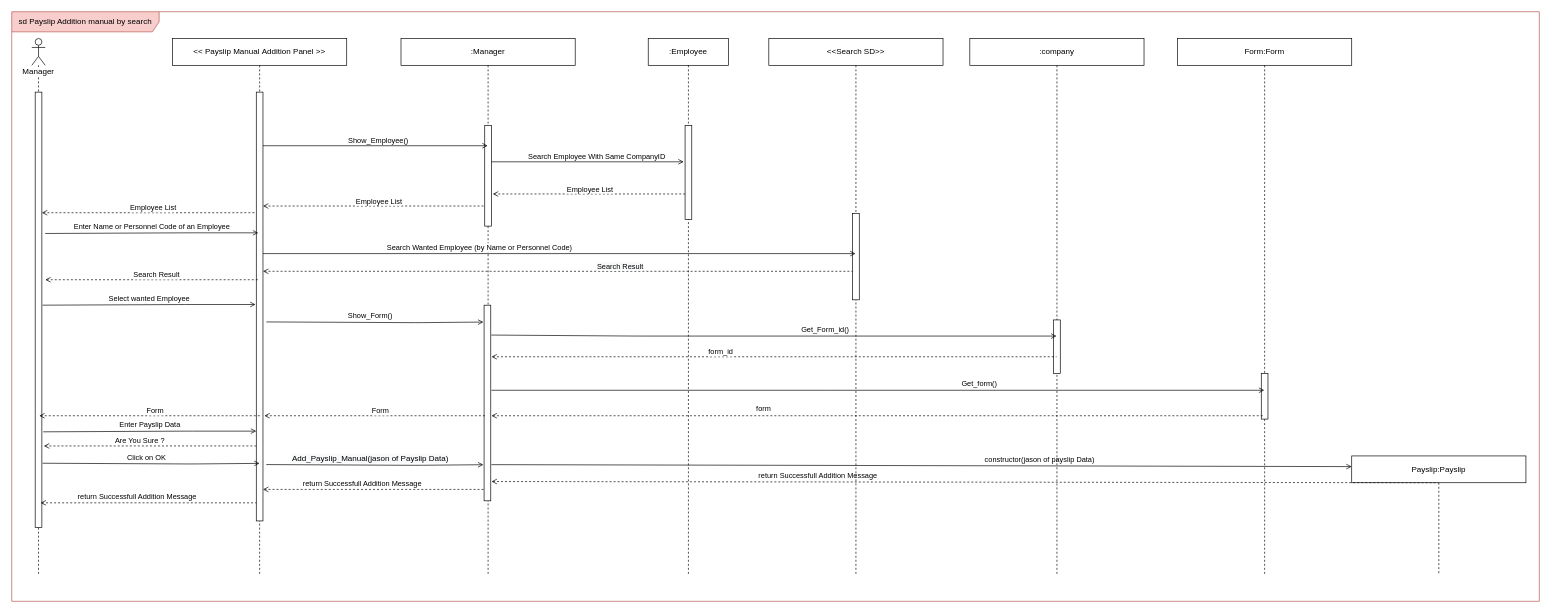
Earlier version of the draw.io diagram page "PayslipAddition_manual_bySearch-SD" (10 of 20) of SequenceDiagram/Middleware_CarBaMaSequenceDiagram.drawio (MelvinMo/CarBaMa_Automotive-Sale-Application). Source tidied: cells renumbered, new cells numbered last; positions are measured from the earlier drawing's top-left corner, leaving out a move shared by most shapes. Both pictures are drawn from the tidied source at 67%, with x=0, y=0 at pixel (11, 11).
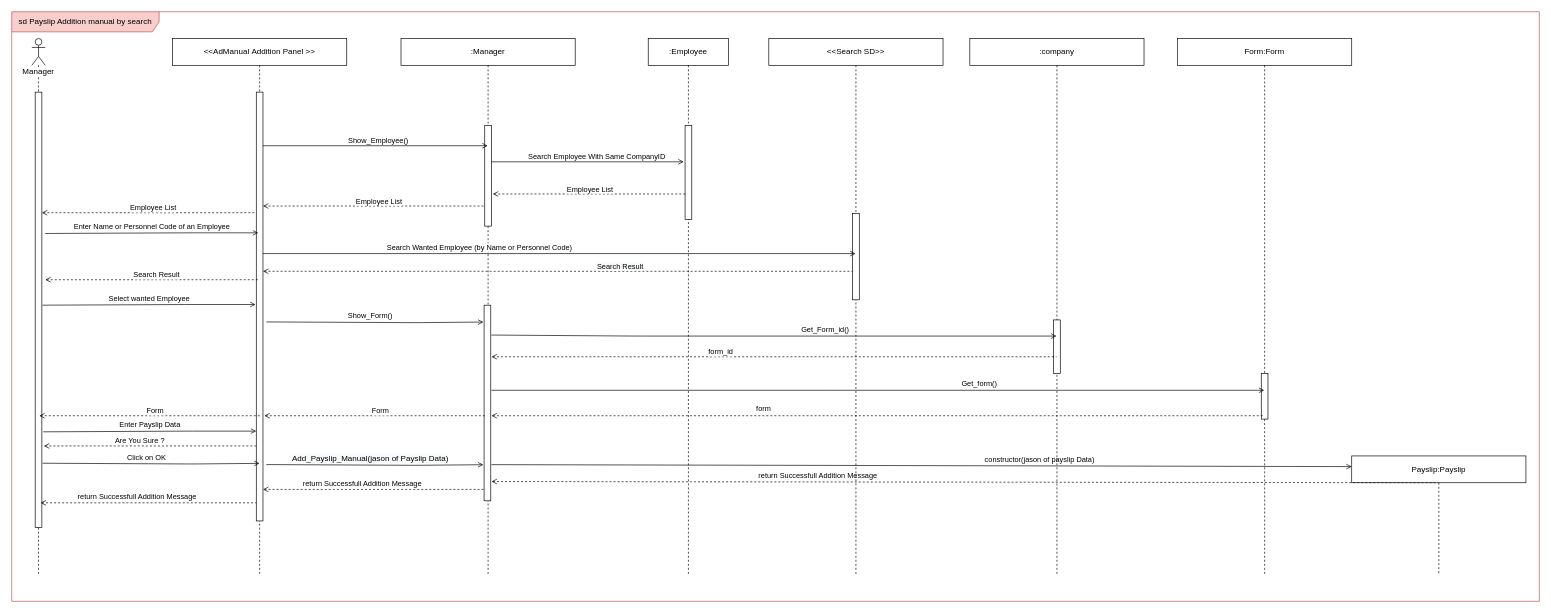
After the change.

Diff of the diagram source:
```diff
@@
-    <mxCell id="5" value="&amp;lt;&amp;lt; Payslip&amp;nbsp;Manual&amp;nbsp;Addition Panel &amp;gt;&amp;gt;" style="shape=umlLifeline;perimeter=lifelinePerimeter;whiteSpace=wrap;html=1;" parent="1" vertex="1">
+    <mxCell id="5" value="&amp;lt;&amp;lt;AdManual&amp;nbsp;Addition Panel &amp;gt;&amp;gt;" style="shape=umlLifeline;perimeter=lifelinePerimeter;whiteSpace=wrap;html=1;" parent="1" vertex="1">
       <mxGeometry x="240" y="40" width="260" height="800" as="geometry" />
     </mxCell>
```
